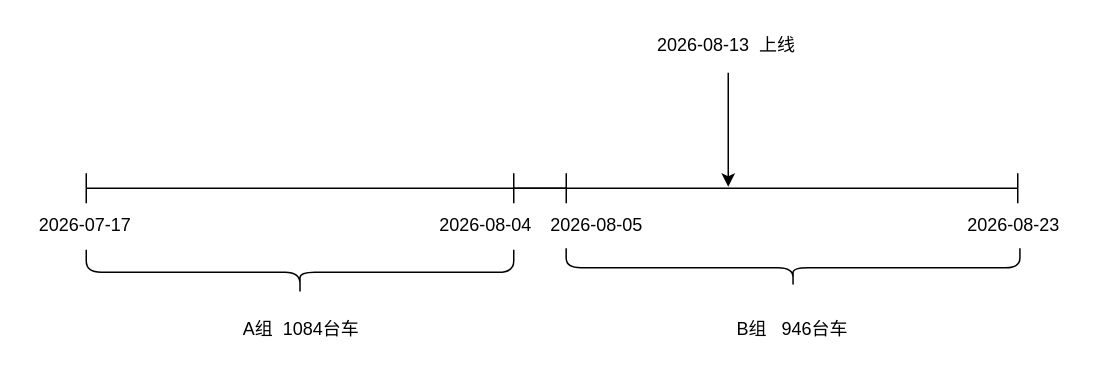
mrlonely001/gittest keeps this draw.io diagram as 20clue_push_modify_indi_timeline.drawio. Above is the earlier version. Source tidied: cells renumbered, new cells numbered last; positions are measured from the earlier drawing's top-left corner, leaving out a move shared by most shapes. Both pictures are drawn from the tidied source at 150%, with x=0, y=0 at pixel (26, 26).
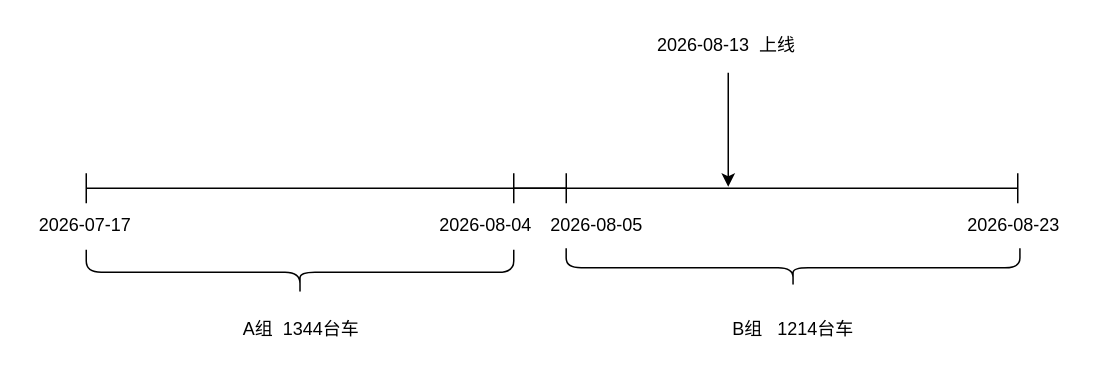
The same page after the edit.

Diff of the diagram source:
```diff
@@
 <mxGraphModel>
   <root>
     <mxCell id="0" />
     <mxCell id="1" parent="0" />
     <mxCell id="2" style="shape=crossbar;whiteSpace=wrap;html=1;rounded=1;" parent="1" vertex="1">
       <mxGeometry x="40" y="98" width="320" height="20" as="geometry" />
     </mxCell>
     <mxCell id="3" style="shape=crossbar;whiteSpace=wrap;html=1;rounded=1;" parent="1" vertex="1">
       <mxGeometry x="325" y="98" width="336" height="20" as="geometry" />
     </mxCell>
     <mxCell id="4" value="2026-08-05" style="text;html=1;whiteSpace=wrap;strokeColor=none;fillColor=none;align=center;verticalAlign=middle;rounded=0;" parent="1" vertex="1">
       <mxGeometry x="341" y="120" width="79" height="26" as="geometry" />
     </mxCell>
     <mxCell id="5" value="2026-08-04" style="text;html=1;whiteSpace=wrap;strokeColor=none;fillColor=none;align=center;verticalAlign=middle;rounded=0;" parent="1" vertex="1">
       <mxGeometry x="267" y="120" width="79" height="26" as="geometry" />
     </mxCell>
     <mxCell id="6" style="endArrow=classic;html=1;rounded=0;" parent="1" edge="1">
       <mxGeometry relative="1" as="geometry">
         <mxPoint x="468" y="31" as="sourcePoint" />
         <mxPoint x="468" y="107" as="targetPoint" />
       </mxGeometry>
     </mxCell>
     <mxCell id="7" value="2026-08-13&amp;nbsp; 上线" style="text;html=1;whiteSpace=wrap;strokeColor=none;fillColor=none;align=center;verticalAlign=middle;rounded=0;" parent="1" vertex="1">
       <mxGeometry x="412" width="110" height="26" as="geometry" />
     </mxCell>
     <mxCell id="8" style="shape=curlyBracket;whiteSpace=wrap;html=1;rounded=1;labelPosition=left;verticalLabelPosition=middle;align=right;verticalAlign=middle;rotation=-90;" parent="1" vertex="1">
       <mxGeometry x="167.5" y="21.5" width="30" height="285" as="geometry" />
     </mxCell>
     <mxCell id="9" style="shape=curlyBracket;whiteSpace=wrap;html=1;rounded=1;labelPosition=left;verticalLabelPosition=middle;align=right;verticalAlign=middle;rotation=-90;" parent="1" vertex="1">
       <mxGeometry x="498.2" y="9.8" width="26" height="302.5" as="geometry" />
     </mxCell>
-    <mxCell id="10" value="A组&amp;nbsp; 1084台车" style="text;html=1;whiteSpace=wrap;strokeColor=none;fillColor=none;align=center;verticalAlign=middle;rounded=0;" parent="1" vertex="1">
+    <mxCell id="10" value="A组&amp;nbsp; 1344台车" style="text;html=1;whiteSpace=wrap;strokeColor=none;fillColor=none;align=center;verticalAlign=middle;rounded=0;" parent="1" vertex="1">
       <mxGeometry x="136" y="189" width="95" height="26" as="geometry" />
     </mxCell>
-    <mxCell id="11" value="B组&amp;nbsp; &amp;nbsp;946台车" style="text;html=1;whiteSpace=wrap;strokeColor=none;fillColor=none;align=center;verticalAlign=middle;rounded=0;" parent="1" vertex="1">
-      <mxGeometry x="465.2" y="189" width="92" height="26" as="geometry" />
+    <mxCell id="11" value="B组&amp;nbsp; &amp;nbsp;1214&lt;span style=&quot;background-color: transparent; color: light-dark(rgb(0, 0, 0), rgb(255, 255, 255));&quot;&gt;台车&lt;/span&gt;" style="text;html=1;whiteSpace=wrap;strokeColor=none;fillColor=none;align=center;verticalAlign=middle;rounded=0;" parent="1" vertex="1">
+      <mxGeometry x="462.2" y="189" width="99" height="26" as="geometry" />
     </mxCell>
     <mxCell id="12" value="2026-07-17" style="text;html=1;whiteSpace=wrap;strokeColor=none;fillColor=none;align=center;verticalAlign=middle;rounded=0;" parent="1" vertex="1">
       <mxGeometry y="120" width="79" height="26" as="geometry" />
     </mxCell>
     <mxCell id="13" value="2026-08-23" style="text;html=1;whiteSpace=wrap;strokeColor=none;fillColor=none;align=center;verticalAlign=middle;rounded=0;" parent="1" vertex="1">
       <mxGeometry x="619" y="120" width="79" height="26" as="geometry" />
     </mxCell>
   </root>
 </mxGraphModel>
```
